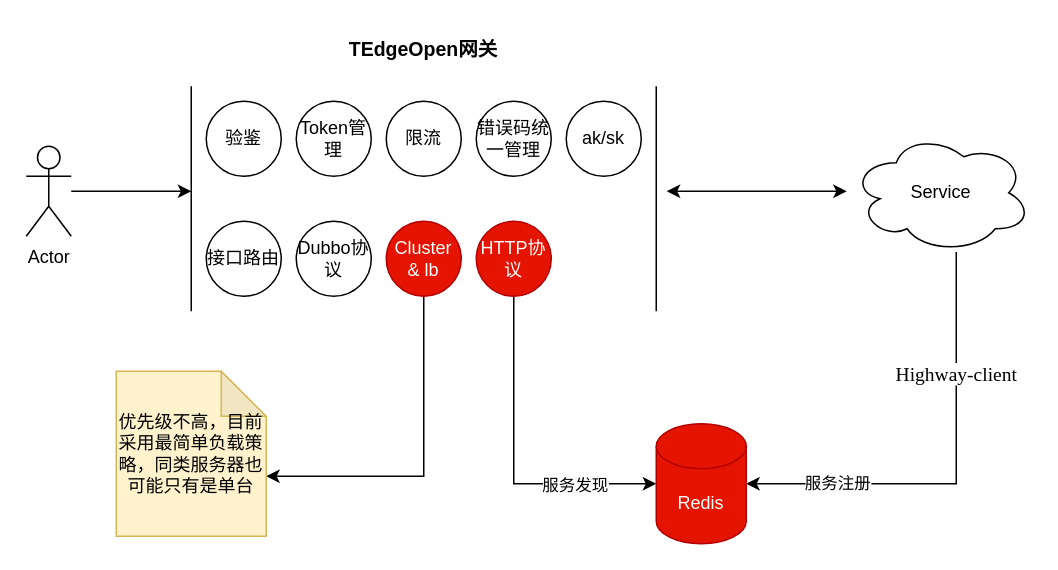
Before: TEdgeOpen.drawio in gitcodeporter/draw-uml, a draw.io diagram. Source tidied: cells renumbered, new cells numbered last; positions are measured from the earlier drawing's top-left corner, leaving out a move shared by most shapes. Both pictures are drawn from the tidied source at 150%, with x=0, y=0 at pixel (26, 26).
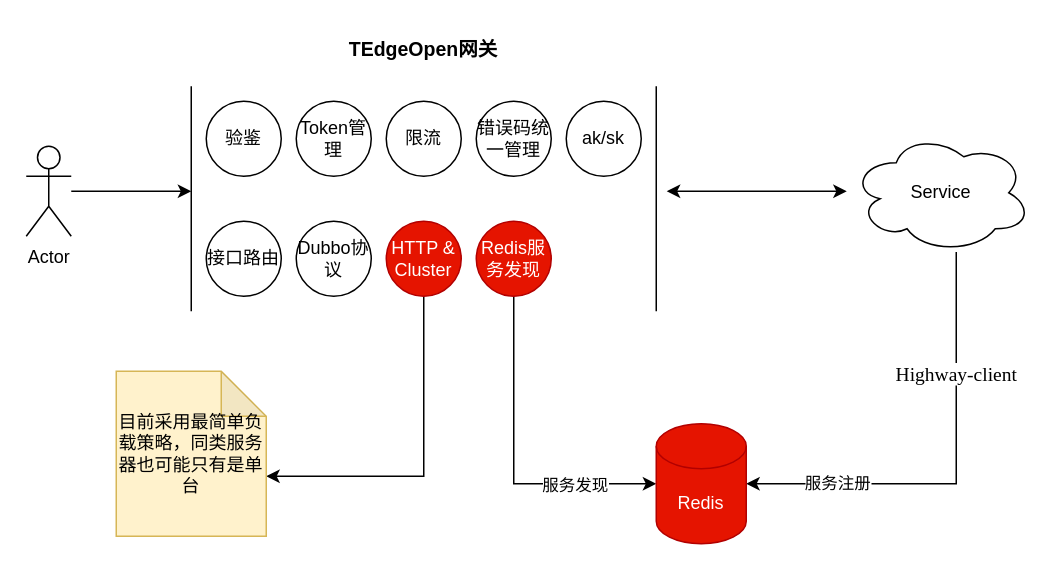
Above is the later version.

The edit, as a diff of the source:
```diff
@@
-    <mxCell id="8" value="Cluster &amp;amp; lb" style="ellipse;whiteSpace=wrap;html=1;fillColor=#e51400;strokeColor=#B20000;fontColor=#ffffff;" parent="1" vertex="1">
+    <mxCell id="8" value="HTTP &amp;amp; Cluster" style="ellipse;whiteSpace=wrap;html=1;fillColor=#e51400;strokeColor=#B20000;fontColor=#ffffff;" parent="1" vertex="1">
       <mxGeometry x="240" y="130" width="50" height="50" as="geometry" />
     </mxCell>
@@
-    <mxCell id="15" value="HTTP协议" style="ellipse;whiteSpace=wrap;html=1;fillColor=#e51400;strokeColor=#B20000;fontColor=#ffffff;" parent="1" vertex="1">
+    <mxCell id="15" value="Redis服务发现" style="ellipse;whiteSpace=wrap;html=1;fillColor=#e51400;strokeColor=#B20000;fontColor=#ffffff;" parent="1" vertex="1">
       <mxGeometry x="300" y="130" width="50" height="50" as="geometry" />
     </mxCell>
@@
-    <mxCell id="23" value="优先级不高，目前采用最简单负载策略，同类服务器也可能只有是单台" style="shape=note;whiteSpace=wrap;html=1;backgroundOutline=1;darkOpacity=0.05;fillColor=#fff2cc;strokeColor=#d6b656;fontFamily=Garamond;" parent="1" vertex="1">
+    <mxCell id="23" value="目前采用最简单负载策略，同类服务器也可能只有是单台" style="shape=note;whiteSpace=wrap;html=1;backgroundOutline=1;darkOpacity=0.05;fillColor=#fff2cc;strokeColor=#d6b656;fontFamily=Garamond;" parent="1" vertex="1">
       <mxGeometry x="60" y="230" width="100" height="110" as="geometry" />
     </mxCell>
```
